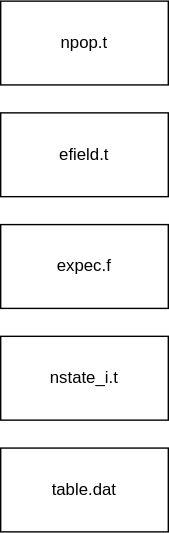
Before: ssd-py-pkg.drawio.svg, a diagram exported from draw.io (matheus-bp/ssd-repo). Source tidied: cells renumbered, new cells last; positions are measured from the earlier drawing's top-left corner, leaving out a move shared by most shapes. Its diagram source:
```xml
<mxGraphModel>
  <root>
    <mxCell id="0" />
    <mxCell id="1" parent="0" />
    <mxCell id="2" value="&lt;div&gt;npop.t&lt;/div&gt;" style="rounded=0;whiteSpace=wrap;html=1;" parent="1" vertex="1">
      <mxGeometry width="120" height="60" as="geometry" />
    </mxCell>
    <mxCell id="3" value="&lt;div&gt;efield.t&lt;/div&gt;" style="rounded=0;whiteSpace=wrap;html=1;" parent="1" vertex="1">
      <mxGeometry y="80" width="120" height="60" as="geometry" />
    </mxCell>
    <mxCell id="4" value="&lt;div&gt;expec.f&lt;/div&gt;" style="rounded=0;whiteSpace=wrap;html=1;" parent="1" vertex="1">
      <mxGeometry y="160" width="120" height="60" as="geometry" />
    </mxCell>
    <mxCell id="5" value="&lt;div&gt;nstate_i.t&lt;/div&gt;" style="rounded=0;whiteSpace=wrap;html=1;" parent="1" vertex="1">
      <mxGeometry y="240" width="120" height="60" as="geometry" />
    </mxCell>
    <mxCell id="6" value="&lt;div&gt;table.dat&lt;/div&gt;" style="rounded=0;whiteSpace=wrap;html=1;" parent="1" vertex="1">
      <mxGeometry y="320" width="120" height="60" as="geometry" />
    </mxCell>
  </root>
</mxGraphModel>
```
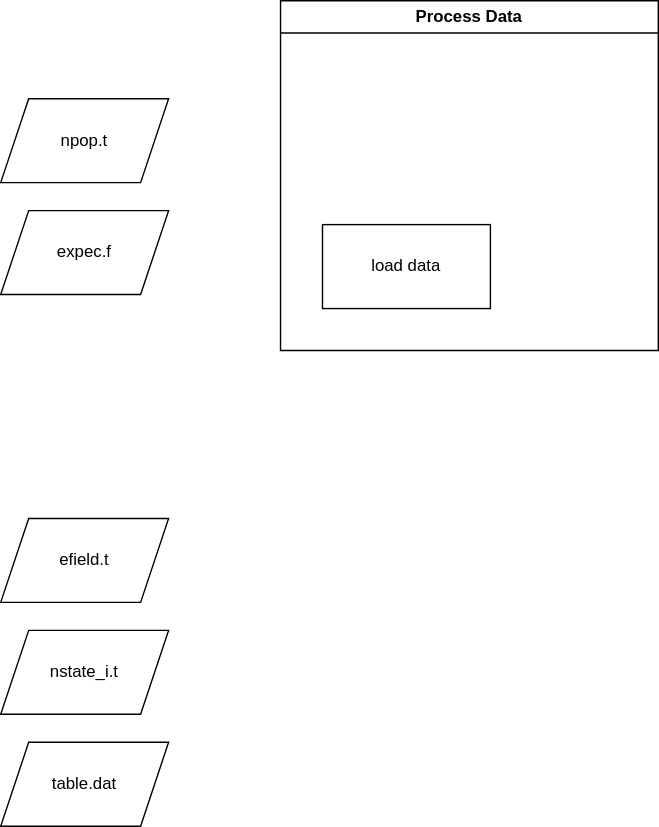
After the commit.

What changed in the source:
```diff
@@ -2,20 +2,26 @@
   <root>
     <mxCell id="0" />
     <mxCell id="1" parent="0" />
-    <mxCell id="2" value="&lt;div&gt;npop.t&lt;/div&gt;" style="rounded=0;whiteSpace=wrap;html=1;" parent="1" vertex="1">
+    <mxCell id="2" value="&lt;div&gt;npop.t&lt;/div&gt;" style="shape=parallelogram;perimeter=parallelogramPerimeter;whiteSpace=wrap;html=1;fixedSize=1;rounded=0;strokeColor=default;align=center;verticalAlign=middle;fontFamily=Helvetica;fontSize=12;fontColor=default;fillColor=default;" parent="1" vertex="1">
       <mxGeometry width="120" height="60" as="geometry" />
     </mxCell>
-    <mxCell id="3" value="&lt;div&gt;efield.t&lt;/div&gt;" style="rounded=0;whiteSpace=wrap;html=1;" parent="1" vertex="1">
-      <mxGeometry y="80" width="120" height="60" as="geometry" />
+    <mxCell id="3" value="&lt;div&gt;efield.t&lt;/div&gt;" style="shape=parallelogram;perimeter=parallelogramPerimeter;whiteSpace=wrap;html=1;fixedSize=1;rounded=0;strokeColor=default;align=center;verticalAlign=middle;fontFamily=Helvetica;fontSize=12;fontColor=default;fillColor=default;" parent="1" vertex="1">
+      <mxGeometry y="300" width="120" height="60" as="geometry" />
     </mxCell>
-    <mxCell id="4" value="&lt;div&gt;expec.f&lt;/div&gt;" style="rounded=0;whiteSpace=wrap;html=1;" parent="1" vertex="1">
-      <mxGeometry y="160" width="120" height="60" as="geometry" />
+    <mxCell id="4" value="&lt;div&gt;expec.f&lt;/div&gt;" style="shape=parallelogram;perimeter=parallelogramPerimeter;whiteSpace=wrap;html=1;fixedSize=1;rounded=0;strokeColor=default;align=center;verticalAlign=middle;fontFamily=Helvetica;fontSize=12;fontColor=default;fillColor=default;" parent="1" vertex="1">
+      <mxGeometry y="80" width="120" height="60" as="geometry" />
     </mxCell>
-    <mxCell id="5" value="&lt;div&gt;nstate_i.t&lt;/div&gt;" style="rounded=0;whiteSpace=wrap;html=1;" parent="1" vertex="1">
-      <mxGeometry y="240" width="120" height="60" as="geometry" />
+    <mxCell id="5" value="&lt;div&gt;nstate_i.t&lt;/div&gt;" style="shape=parallelogram;perimeter=parallelogramPerimeter;whiteSpace=wrap;html=1;fixedSize=1;rounded=0;strokeColor=default;align=center;verticalAlign=middle;fontFamily=Helvetica;fontSize=12;fontColor=default;fillColor=default;" parent="1" vertex="1">
+      <mxGeometry y="380" width="120" height="60" as="geometry" />
     </mxCell>
-    <mxCell id="6" value="&lt;div&gt;table.dat&lt;/div&gt;" style="rounded=0;whiteSpace=wrap;html=1;" parent="1" vertex="1">
-      <mxGeometry y="320" width="120" height="60" as="geometry" />
+    <mxCell id="6" value="&lt;div&gt;table.dat&lt;/div&gt;" style="shape=parallelogram;perimeter=parallelogramPerimeter;whiteSpace=wrap;html=1;fixedSize=1;rounded=0;strokeColor=default;align=center;verticalAlign=middle;fontFamily=Helvetica;fontSize=12;fontColor=default;fillColor=default;" parent="1" vertex="1">
+      <mxGeometry y="460" width="120" height="60" as="geometry" />
     </mxCell>
+    <mxCell id="7" value="&lt;div&gt;Process Data&lt;/div&gt;" style="swimlane;whiteSpace=wrap;html=1;rounded=0;strokeColor=default;align=center;verticalAlign=middle;fontFamily=Helvetica;fontSize=12;fontColor=default;fillColor=default;" parent="1" vertex="1">
+      <mxGeometry x="200" y="-70" width="270" height="250" as="geometry" />
+    </mxCell>
+    <mxCell id="8" value="load data" style="rounded=0;whiteSpace=wrap;html=1;strokeColor=default;align=center;verticalAlign=middle;fontFamily=Helvetica;fontSize=12;fontColor=default;fillColor=default;" parent="1" vertex="1">
+      <mxGeometry x="230" y="90" width="120" height="60" as="geometry" />
+    </mxCell>
   </root>
 </mxGraphModel>
```
